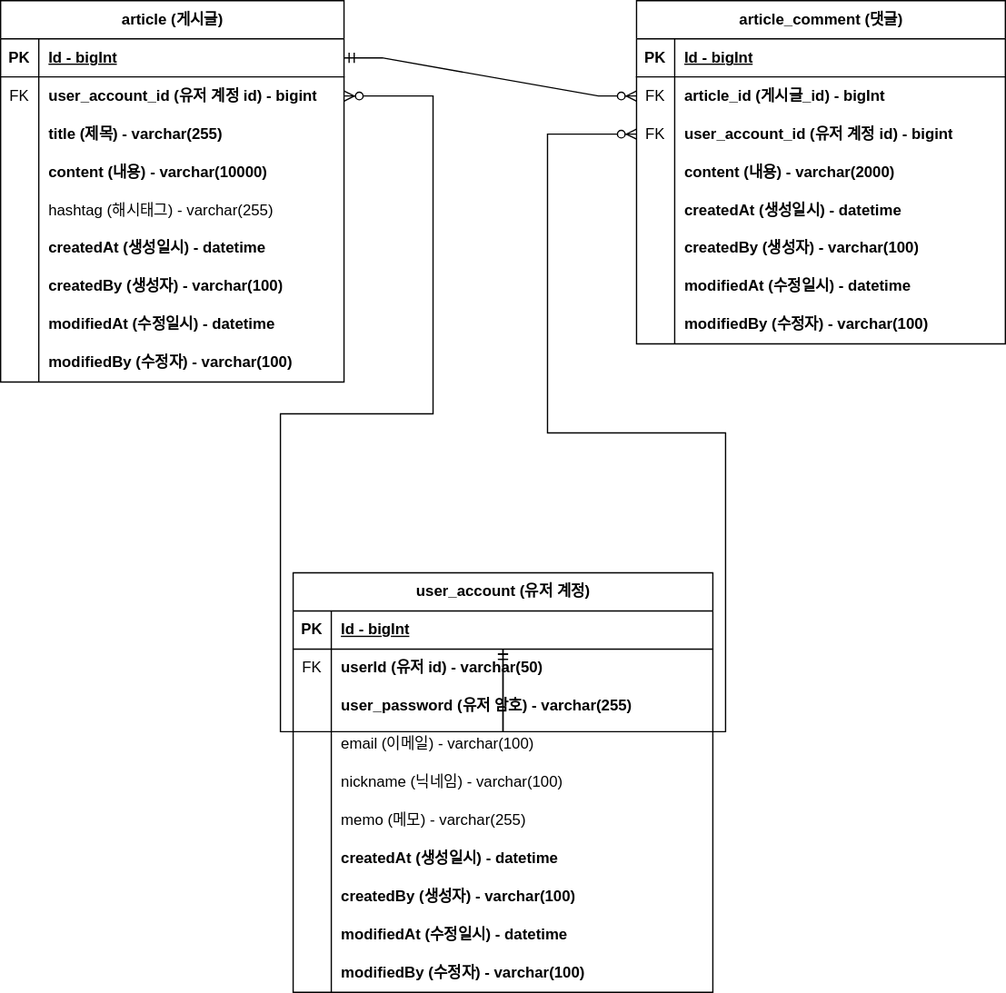
Earlier version of the draw.io export document/project-board-erd.svg (imjaehy0b/project-board). Source tidied: cells renumbered, new cells last; positions are measured from the earlier drawing's top-left corner, leaving out a move shared by most shapes.
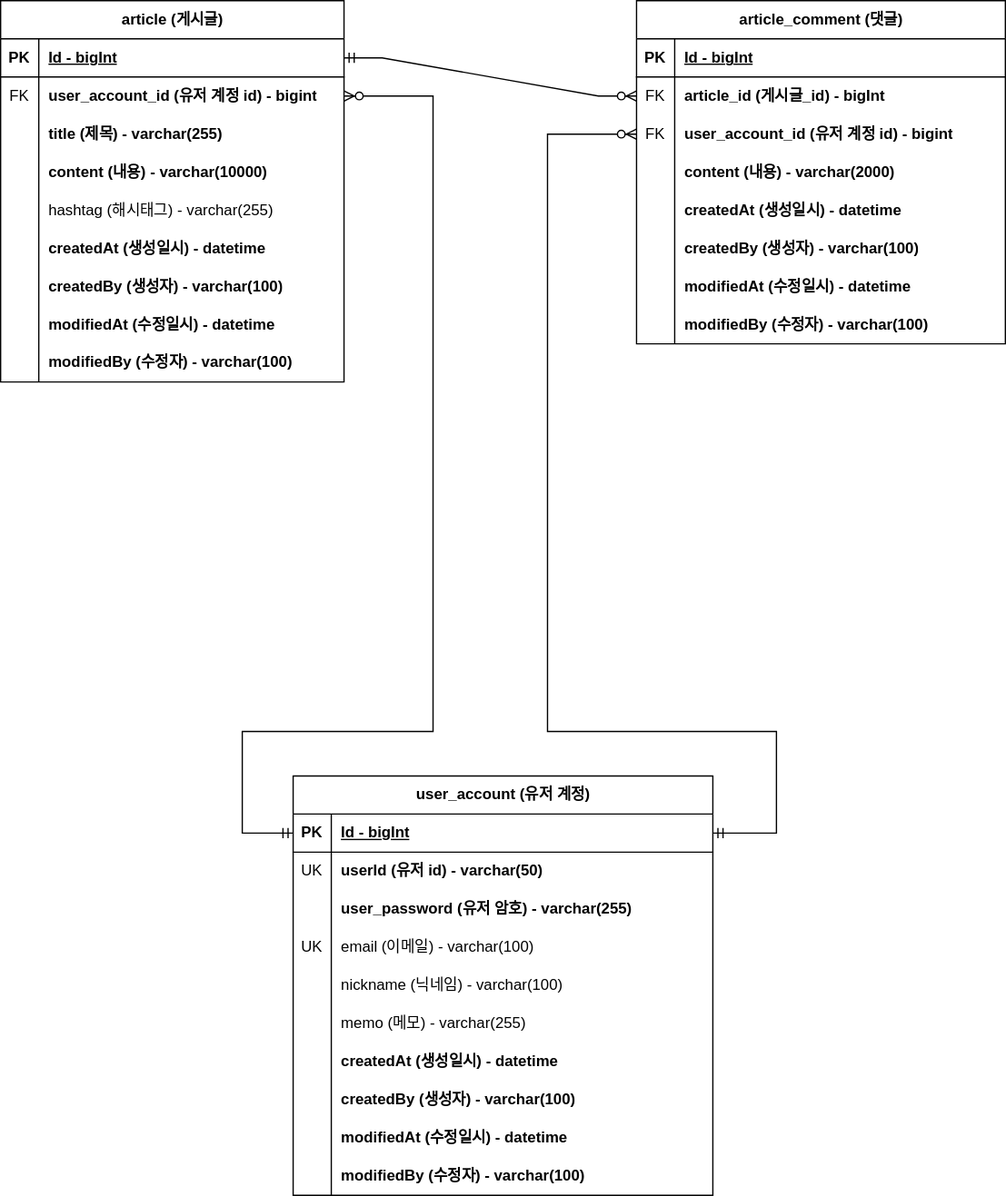
Above is the later version.

Commit message:
#28 - erd 업데이트 : project-board-erd.svg

Diff of the diagram source:
```diff
@@ -165,7 +165,7 @@
       <mxGeometry relative="1" as="geometry" />
     </mxCell>
     <mxCell id="56" value="&lt;font style=&quot;font-size: 12px;&quot;&gt;user_account (유저 계정)&lt;/font&gt;" style="shape=table;startSize=30;rowLines=0;fontStyle=1;align=center;html=1;" parent="1" vertex="1">
-      <mxGeometry x="230" y="450" width="330" height="330" as="geometry" />
+      <mxGeometry x="230" y="610" width="330" height="330" as="geometry" />
     </mxCell>
     <mxCell id="57" style="shape=tableRow;horizontal=0;startSize=0;swimlaneHead=0;swimlaneBody=0;fillColor=none;points=[[0,0.5],[1,0.5]];portConstraint=eastwest;top=0;left=0;right=0;bottom=1;" parent="56" vertex="1">
       <mxGeometry y="30" width="330" height="30" as="geometry" />
@@ -179,7 +179,7 @@
     <mxCell id="60" style="shape=tableRow;horizontal=0;startSize=0;swimlaneHead=0;swimlaneBody=0;fillColor=none;top=0;left=0;right=0;bottom=0;" parent="56" vertex="1">
       <mxGeometry y="60" width="330" height="30" as="geometry" />
     </mxCell>
-    <mxCell id="61" value="FK" style="shape=partialRectangle;fillColor=none;top=0;left=0;bottom=0;right=0;overflow=hidden;whiteSpace=wrap;html=1;" parent="60" vertex="1">
+    <mxCell id="61" value="UK" style="shape=partialRectangle;fillColor=none;top=0;left=0;bottom=0;right=0;overflow=hidden;whiteSpace=wrap;html=1;" parent="60" vertex="1">
       <mxGeometry width="30" height="30" as="geometry" />
     </mxCell>
     <mxCell id="62" value="userId (유저 id) - varchar(50)" style="shape=partialRectangle;fillColor=none;top=0;left=0;bottom=0;right=0;align=left;spacingLeft=6;overflow=hidden;whiteSpace=wrap;html=1;fontStyle=1;" parent="60" vertex="1">
@@ -197,7 +197,7 @@
     <mxCell id="66" style="shape=tableRow;horizontal=0;startSize=0;swimlaneHead=0;swimlaneBody=0;fillColor=none;top=0;left=0;right=0;bottom=0;" parent="56" vertex="1">
       <mxGeometry y="120" width="330" height="30" as="geometry" />
     </mxCell>
-    <mxCell id="67" style="shape=partialRectangle;fillColor=none;top=0;left=0;bottom=0;right=0;overflow=hidden;whiteSpace=wrap;html=1;" parent="66" vertex="1">
+    <mxCell id="67" value="UK" style="shape=partialRectangle;fillColor=none;top=0;left=0;bottom=0;right=0;overflow=hidden;whiteSpace=wrap;html=1;" parent="66" vertex="1">
       <mxGeometry width="30" height="30" as="geometry" />
     </mxCell>
     <mxCell id="68" value="&lt;span style=&quot;font-weight: normal;&quot;&gt;email (이메일) - varchar(100)&lt;/span&gt;" style="shape=partialRectangle;fillColor=none;top=0;left=0;bottom=0;right=0;align=left;spacingLeft=6;overflow=hidden;whiteSpace=wrap;html=1;fontStyle=1;" parent="66" vertex="1">
@@ -257,22 +257,22 @@
     <mxCell id="86" value="modifiedBy (수정자) - varchar(100)" style="shape=partialRectangle;fillColor=none;top=0;left=0;bottom=0;right=0;align=left;spacingLeft=6;overflow=hidden;whiteSpace=wrap;html=1;fontStyle=1;" parent="84" vertex="1">
       <mxGeometry x="30" width="300" height="30" as="geometry" />
     </mxCell>
-    <mxCell id="87" style="edgeStyle=orthogonalEdgeStyle;fontSize=12;html=1;endArrow=ERzeroToMany;startArrow=ERmandOne;rounded=0;" parent="1" edge="1" source="57" target="6">
+    <mxCell id="87" style="edgeStyle=orthogonalEdgeStyle;fontSize=12;html=1;endArrow=ERzeroToMany;startArrow=ERmandOne;rounded=0;exitX=0;exitY=0.5;exitDx=0;exitDy=0;" parent="1" edge="1" source="57" target="6">
       <mxGeometry relative="1" as="geometry">
         <Array as="points">
-          <mxPoint x="220" y="575" />
-          <mxPoint x="220" y="325" />
-          <mxPoint x="340" y="325" />
+          <mxPoint x="190" y="655" />
+          <mxPoint x="190" y="575" />
+          <mxPoint x="340" y="575" />
           <mxPoint x="340" y="75" />
         </Array>
       </mxGeometry>
     </mxCell>
-    <mxCell id="88" style="edgeStyle=orthogonalEdgeStyle;fontSize=12;html=1;endArrow=ERzeroToMany;startArrow=ERmandOne;rounded=0;" parent="1" edge="1" source="57" target="37">
+    <mxCell id="88" style="edgeStyle=orthogonalEdgeStyle;fontSize=12;html=1;endArrow=ERzeroToMany;startArrow=ERmandOne;rounded=0;exitX=1;exitY=0.5;exitDx=0;exitDy=0;" parent="1" edge="1" source="57" target="37">
       <mxGeometry relative="1" as="geometry">
         <Array as="points">
-          <mxPoint x="570" y="575" />
-          <mxPoint x="570" y="340" />
-          <mxPoint x="430" y="340" />
+          <mxPoint x="610" y="655" />
+          <mxPoint x="610" y="575" />
+          <mxPoint x="430" y="575" />
           <mxPoint x="430" y="105" />
         </Array>
       </mxGeometry>
```
